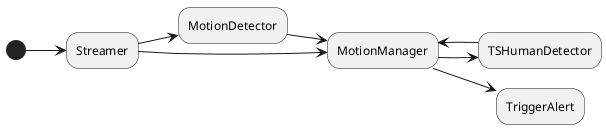
delnico/RTSP-Analyser keeps this PlantUML diagram as doc/uml/out/workflow.png. Above is the earlier version.
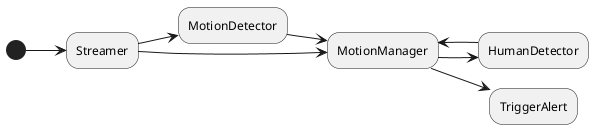
After the change.

Commit message:
MotionManager who is calling for what dev

Diff of the diagram source:
```diff
@@ -7,8 +7,8 @@
 "Streamer" --> "MotionDetector"
 "MotionDetector" --> "MotionManager"
 "Streamer" --> "MotionManager"
-"MotionManager" --> "TSHumanDetector"
-"TSHumanDetector" --> "MotionManager"
+"MotionManager" --> "HumanDetector"
+"HumanDetector" --> "MotionManager"
 "MotionManager" --> "TriggerAlert"
 
 @enduml
```
